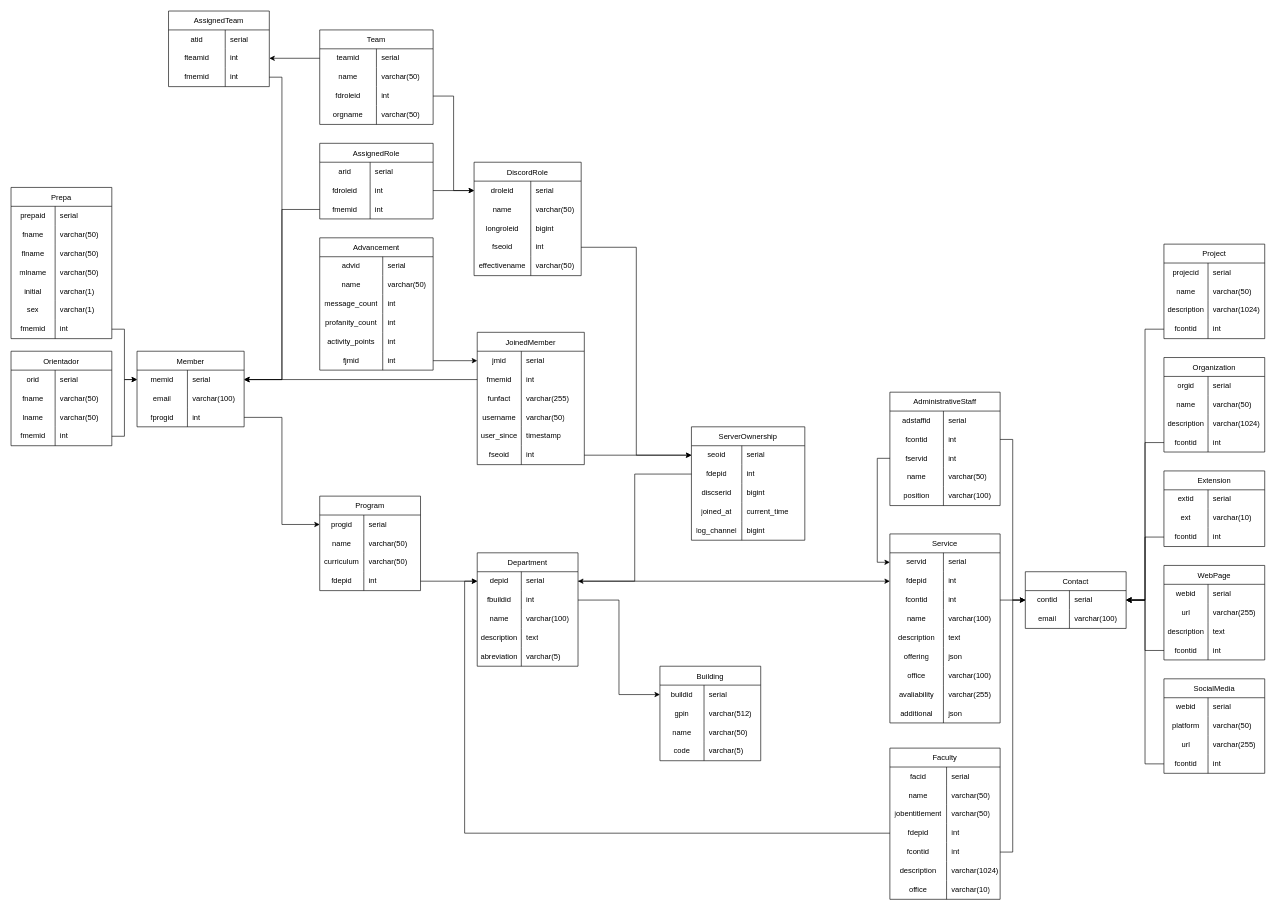
AlfredoSoto1/BotOrientador keeps this draw.io diagram as assets/schema/DatabaseSchema.drawio. Above is the earlier version. Source tidied: cells renumbered, new cells numbered last; positions are measured from the earlier drawing's top-left corner, leaving out a move shared by most shapes. Both pictures are drawn from the tidied source at 63%, with x=0, y=0 at pixel (11, 11).
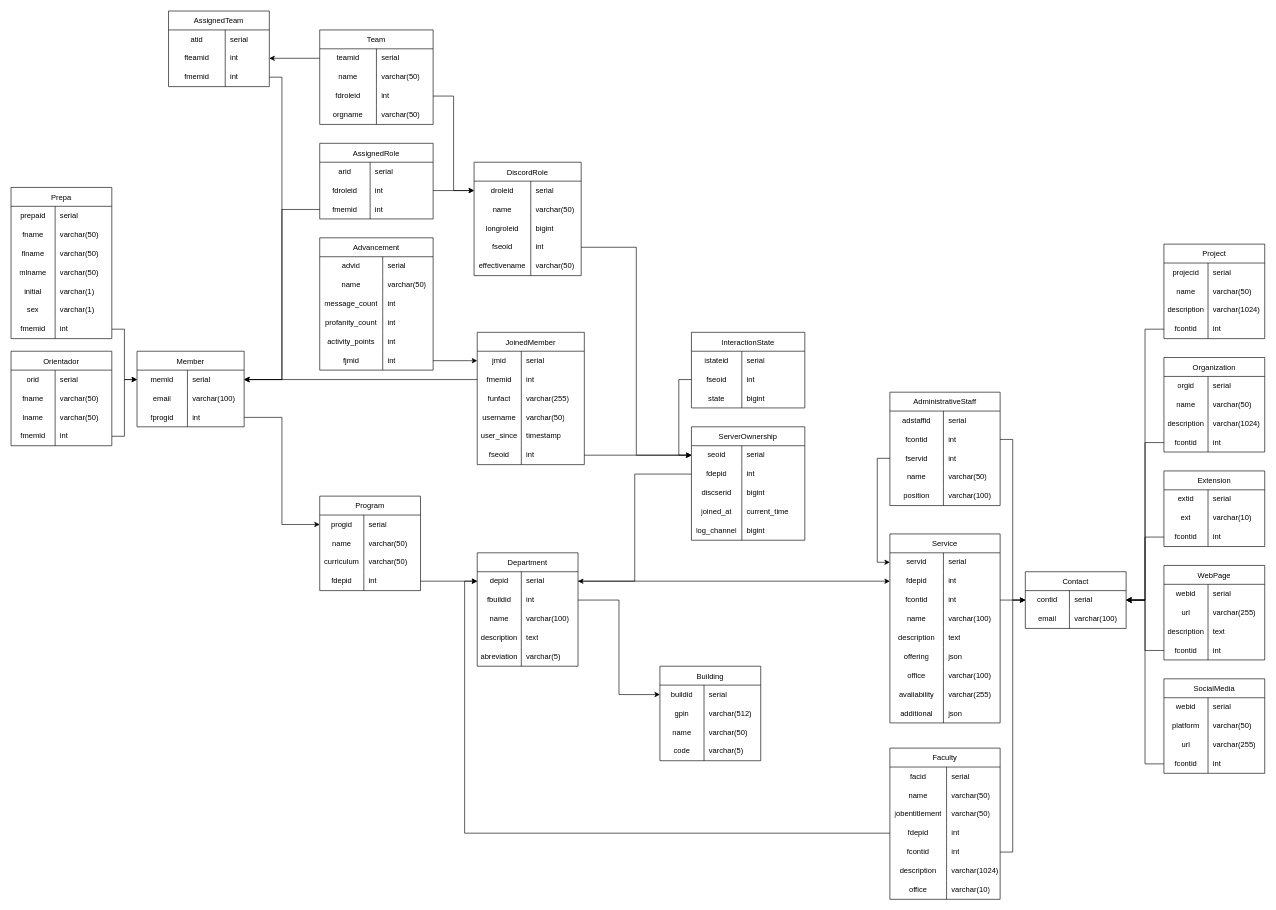
After the change.

The change refers to these unchanged cells:
```xml
<mxCell id="152" style="shape=tableRow;horizontal=0;startSize=0;swimlaneHead=0;swimlaneBody=0;top=0;left=0;bottom=0;right=0;fillColor=none;points=[[0,0.5],[1,0.5]];portConstraint=eastwest;strokeColor=inherit;fontSize=12;" parent="151" vertex="1">
  <mxGeometry y="30" width="180" height="30" as="geometry" />
</mxCell>
```

Change to the diagram source:
```diff
@@
+    <mxCell id="354" value="InteractionState" style="shape=table;startSize=30;childLayout=tableLayout;rowLines=0;fontStyle=0;strokeColor=default;fontSize=12;" parent="1" vertex="1">
+      <mxGeometry x="1080" y="510" width="180" height="120" as="geometry" />
+    </mxCell>
+    <mxCell id="355" style="shape=tableRow;horizontal=0;startSize=0;swimlaneHead=0;swimlaneBody=0;top=0;left=0;bottom=0;right=0;fillColor=none;strokeColor=inherit;fontSize=12;" parent="354" vertex="1">
+      <mxGeometry y="30" width="180" height="30" as="geometry" />
+    </mxCell>
+    <mxCell id="356" value="istateid" style="shape=partialRectangle;html=1;whiteSpace=wrap;fillColor=none;top=0;left=0;bottom=0;right=0;overflow=hidden;strokeColor=inherit;fontSize=12;spacing=2;" parent="355" vertex="1">
+      <mxGeometry width="80" height="30" as="geometry" />
+    </mxCell>
+    <mxCell id="357" value="serial" style="shape=partialRectangle;html=1;whiteSpace=wrap;fillColor=none;top=0;left=0;bottom=0;right=0;align=left;spacingLeft=6;overflow=hidden;strokeColor=inherit;fontSize=12;" parent="355" vertex="1">
+      <mxGeometry x="80" width="100" height="30" as="geometry" />
+    </mxCell>
+    <mxCell id="358" style="shape=tableRow;horizontal=0;startSize=0;swimlaneHead=0;swimlaneBody=0;top=0;left=0;bottom=0;right=0;fillColor=none;points=[[0,0.5],[1,0.5]];portConstraint=eastwest;strokeColor=inherit;fontSize=12;" parent="354" vertex="1">
+      <mxGeometry y="60" width="180" height="30" as="geometry" />
+    </mxCell>
+    <mxCell id="359" value="fseoid" style="shape=partialRectangle;html=1;whiteSpace=wrap;fillColor=none;top=0;left=0;bottom=0;right=0;overflow=hidden;strokeColor=inherit;fontSize=12;spacing=2;" parent="358" vertex="1">
+      <mxGeometry width="80" height="30" as="geometry" />
+    </mxCell>
+    <mxCell id="360" value="int" style="shape=partialRectangle;html=1;whiteSpace=wrap;fillColor=none;top=0;left=0;bottom=0;right=0;align=left;spacingLeft=6;overflow=hidden;strokeColor=inherit;fontSize=12;" parent="358" vertex="1">
+      <mxGeometry x="80" width="100" height="30" as="geometry" />
+    </mxCell>
+    <mxCell id="361" style="shape=tableRow;horizontal=0;startSize=0;swimlaneHead=0;swimlaneBody=0;top=0;left=0;bottom=0;right=0;fillColor=none;strokeColor=inherit;fontSize=12;" parent="354" vertex="1">
+      <mxGeometry y="90" width="180" height="30" as="geometry" />
+    </mxCell>
+    <mxCell id="362" value="state" style="shape=partialRectangle;html=1;whiteSpace=wrap;fillColor=none;top=0;left=0;bottom=0;right=0;overflow=hidden;strokeColor=inherit;fontSize=12;" parent="361" vertex="1">
+      <mxGeometry width="80" height="30" as="geometry" />
+    </mxCell>
+    <mxCell id="363" value="bigint" style="shape=partialRectangle;html=1;whiteSpace=wrap;fillColor=none;top=0;left=0;bottom=0;right=0;align=left;spacingLeft=6;overflow=hidden;strokeColor=inherit;fontSize=12;" parent="361" vertex="1">
+      <mxGeometry x="80" width="100" height="30" as="geometry" />
+    </mxCell>
+    <mxCell id="364" style="edgeStyle=orthogonalEdgeStyle;rounded=0;jettySize=auto;html=1;exitX=0;exitY=0.5;exitDx=0;exitDy=0;entryX=0;entryY=0.5;entryDx=0;entryDy=0;" parent="1" edge="1" source="358" target="152">
+      <mxGeometry relative="1" as="geometry" />
+    </mxCell>
```
